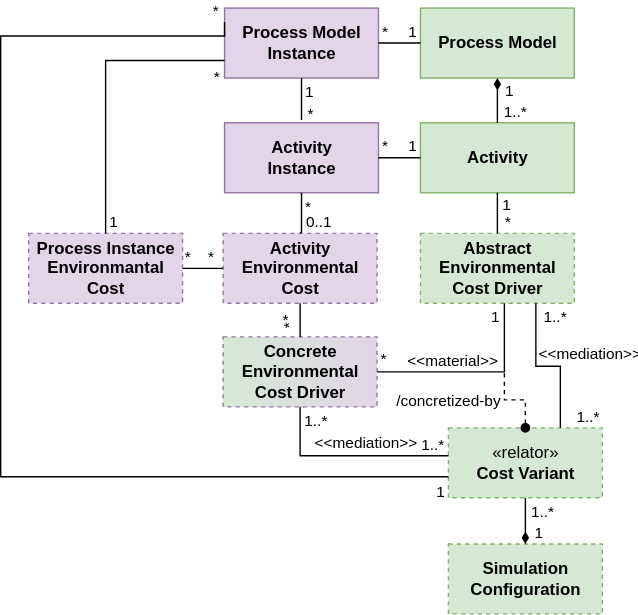
Before: metamodel.svg, a diagram exported from draw.io (fyndalf/master-thesis). Source tidied: cells renumbered, new cells last; positions are measured from the earlier drawing's top-left corner, leaving out a move shared by most shapes.
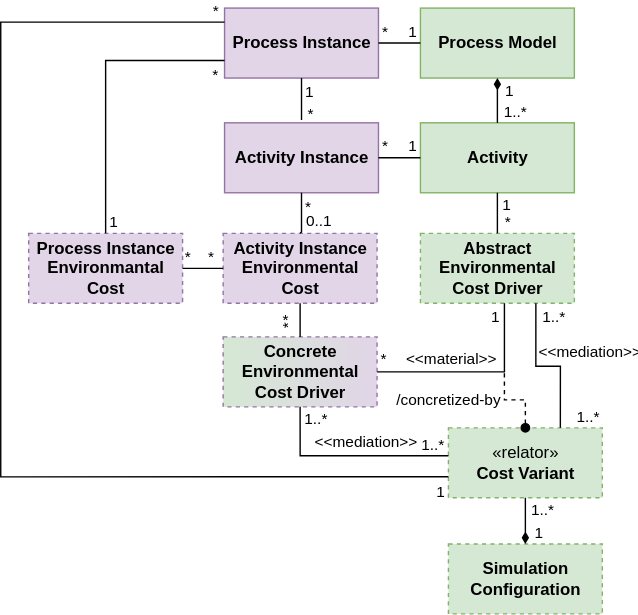
After the commit.

What changed in the source:
```diff
@@ -2,7 +2,7 @@
   <root>
     <mxCell id="0" />
     <mxCell id="1" parent="0" />
-    <mxCell id="2" value="&lt;div&gt;Activity&lt;br&gt;&lt;/div&gt;&lt;div&gt;Instance&lt;/div&gt;" style="html=1;fontStyle=1;fillColor=#e1d5e7;strokeColor=#9673a6;" parent="1" vertex="1">
+    <mxCell id="2" value="&lt;div&gt;Activity Instance&lt;/div&gt;" style="html=1;fontStyle=1;fillColor=#e1d5e7;strokeColor=#9673a6;" parent="1" vertex="1">
       <mxGeometry x="160" y="82" width="110" height="50" as="geometry" />
     </mxCell>
     <mxCell id="3" value="Activity" style="html=1;fontStyle=1;fillColor=#d5e8d4;strokeColor=#82b366;" parent="1" vertex="1">
@@ -11,13 +11,13 @@
     <mxCell id="4" value="&lt;span&gt;Process Model&lt;/span&gt;" style="html=1;fontStyle=1;fillColor=#d5e8d4;strokeColor=#82b366;" parent="1" vertex="1">
       <mxGeometry x="300" width="110" height="50" as="geometry" />
     </mxCell>
-    <mxCell id="5" value="&lt;div&gt;&lt;span&gt;Process Model&lt;/span&gt;&lt;/div&gt;&lt;div&gt;&lt;span&gt;Instance&lt;/span&gt;&lt;/div&gt;" style="html=1;fontStyle=1;fillColor=#e1d5e7;strokeColor=#9673a6;" parent="1" vertex="1">
+    <mxCell id="5" value="&lt;div&gt;&lt;span&gt;Process Instance&lt;/span&gt;&lt;/div&gt;" style="html=1;fontStyle=1;fillColor=#e1d5e7;strokeColor=#9673a6;" parent="1" vertex="1">
       <mxGeometry x="160" width="110" height="50" as="geometry" />
     </mxCell>
     <mxCell id="6" value="&lt;div&gt;Abstract&lt;/div&gt;&lt;div&gt;Environmental&lt;/div&gt;&lt;div&gt;Cost Driver&lt;/div&gt;" style="html=1;fontStyle=1;fillColor=#d5e8d4;strokeColor=#82b366;dashed=1;" parent="1" vertex="1">
       <mxGeometry x="300" y="161" width="110" height="50" as="geometry" />
     </mxCell>
-    <mxCell id="7" value="Activity&lt;br&gt;Environmental&lt;br&gt;Cost" style="html=1;fontStyle=1;fillColor=#e1d5e7;strokeColor=#9673a6;dashed=1;" parent="1" vertex="1">
+    <mxCell id="7" value="Activity Instance&lt;br&gt;Environmental&lt;br&gt;Cost" style="html=1;fontStyle=1;fillColor=#e1d5e7;strokeColor=#9673a6;dashed=1;" parent="1" vertex="1">
       <mxGeometry x="159" y="161" width="110" height="50" as="geometry" />
     </mxCell>
     <mxCell id="8" value="&lt;span style=&quot;font-weight: normal&quot;&gt;«relator»&lt;/span&gt;&lt;span&gt;&lt;br&gt;Cost Variant&lt;/span&gt;&lt;br&gt;&lt;span&gt;&lt;/span&gt;" style="html=1;fontStyle=1;fillColor=#d5e8d4;strokeColor=#82b366;dashed=1;" parent="1" vertex="1">
@@ -98,8 +98,7 @@
         <mxPoint x="160" y="10" as="sourcePoint" />
         <mxPoint x="320" y="335" as="targetPoint" />
         <Array as="points">
-          <mxPoint x="160" y="20" />
-          <mxPoint y="20" />
+          <mxPoint y="10" />
           <mxPoint y="335" />
         </Array>
       </mxGeometry>
```
